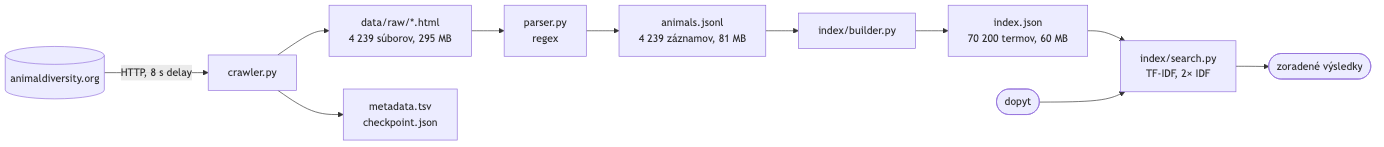
This is docs/pipeline.png from JozefZiduliak/vinf, a Mermaid export, as it was before one commit. Its source is kept beside it as docs/pipeline.mmd.
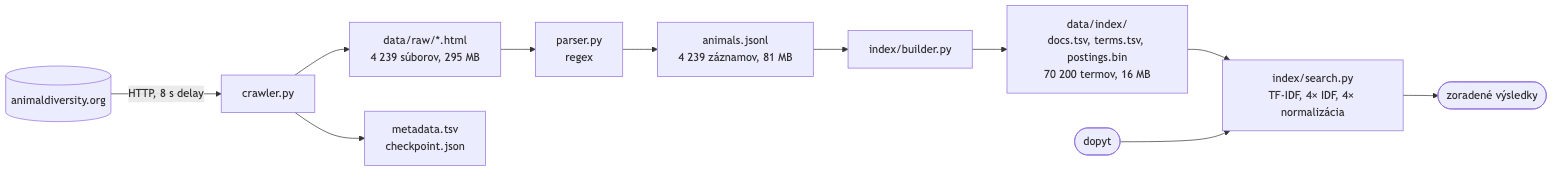
The same file after the commit.

Commit message:
report sections 10-12 for binary index, idf and length norms

The edit, as a diff of the source:
```diff
@@ -5,6 +5,6 @@
     RAW --> P[parser.py<br/>regex]
     P --> JSONL[animals.jsonl<br/>4 239 záznamov, 81 MB]
     JSONL --> B[index/builder.py]
-    B --> IDX[index.json<br/>70 200 termov, 60 MB]
-    IDX --> S[index/search.py<br/>TF-IDF, 2× IDF]
+    B --> IDX[data/index/<br/>docs.tsv, terms.tsv, postings.bin<br/>70 200 termov, 16 MB]
+    IDX --> S[index/search.py<br/>TF-IDF, 4× IDF, 4× normalizácia]
     Q([dopyt]) --> S --> R([zoradené výsledky])
```
